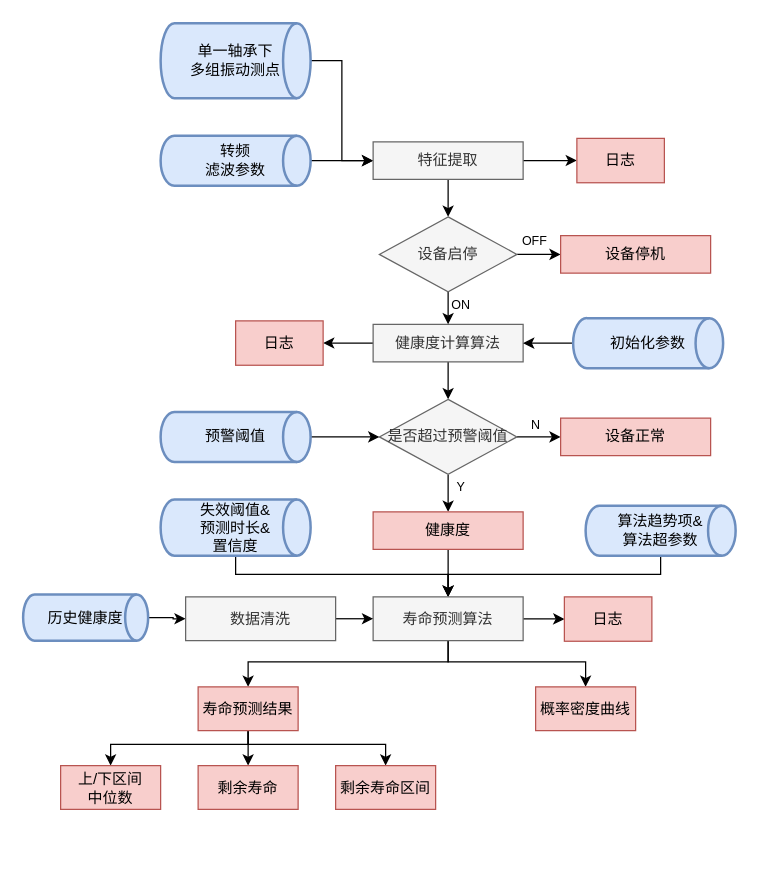
The draw.io diagram Untitled Diagram.drawio in fanpan0829/interview_python, before the edit. Source tidied: cells renumbered, new cells numbered last; positions are measured from the earlier drawing's top-left corner, leaving out a move shared by most shapes. Both pictures are drawn from the tidied source at 125%, with x=0, y=0 at pixel (22, 22).
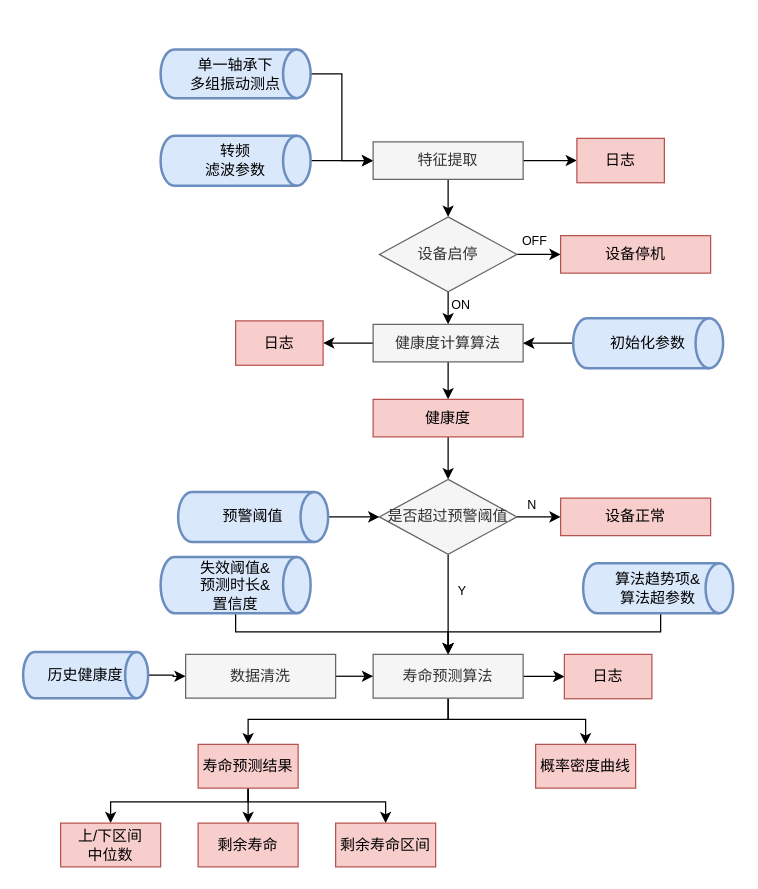
The same diagram, later.

Unchanged cells that the change refers to:
```xml
<mxCell id="11" value="健康度计算算法" style="rounded=0;whiteSpace=wrap;html=1;fillColor=#f5f5f5;strokeColor=#666666;fontColor=#333333;" parent="1" vertex="1">
  <mxGeometry x="280" y="241" width="120" height="30" as="geometry" />
</mxCell>
```

The edit, as a diff of the source:
```diff
@@
     <mxCell id="3" value="单一轴承下&lt;br&gt;多组振动测点" style="strokeWidth=2;html=1;shape=mxgraph.flowchart.direct_data;whiteSpace=wrap;fillColor=#dae8fc;strokeColor=#6c8ebf;" parent="1" vertex="1">
-      <mxGeometry x="110" width="120" height="60" as="geometry" />
+      <mxGeometry x="110" y="21" width="120" height="39" as="geometry" />
     </mxCell>
@@
-    <mxCell id="9" style="edgeStyle=orthogonalEdgeStyle;rounded=0;jettySize=auto;html=1;entryX=0.5;entryY=0;entryDx=0;entryDy=0;" parent="1" edge="1" source="11" target="16">
-      <mxGeometry relative="1" as="geometry" />
-    </mxCell>
@@
+    <mxCell id="53" style="edgeStyle=orthogonalEdgeStyle;rounded=0;jettySize=auto;html=1;entryX=0.5;entryY=0;entryDx=0;entryDy=0;" parent="1" edge="1" source="11" target="19">
+      <mxGeometry relative="1" as="geometry" />
+    </mxCell>
@@
-    <mxCell id="14" style="edgeStyle=orthogonalEdgeStyle;rounded=0;jettySize=auto;html=1;entryX=0.5;entryY=0;entryDx=0;entryDy=0;" parent="1" edge="1" source="16" target="19">
-      <mxGeometry relative="1" as="geometry" />
-    </mxCell>
@@
+    <mxCell id="54" style="edgeStyle=orthogonalEdgeStyle;rounded=0;jettySize=auto;html=1;entryX=0.5;entryY=0;entryDx=0;entryDy=0;" parent="1" edge="1" source="16" target="29">
+      <mxGeometry relative="1" as="geometry" />
+    </mxCell>
     <mxCell id="16" value="是否超过预警阈值" style="rhombus;whiteSpace=wrap;html=1;fillColor=#f5f5f5;strokeColor=#666666;fontColor=#333333;" parent="1" vertex="1">
-      <mxGeometry x="285" y="301" width="110" height="60" as="geometry" />
+      <mxGeometry x="285" y="365" width="110" height="60" as="geometry" />
     </mxCell>
     <mxCell id="17" value="设备正常" style="rounded=0;whiteSpace=wrap;html=1;fillColor=#f8cecc;strokeColor=#b85450;" parent="1" vertex="1">
-      <mxGeometry x="430" y="316" width="120" height="30" as="geometry" />
+      <mxGeometry x="430" y="380" width="120" height="30" as="geometry" />
     </mxCell>
-    <mxCell id="18" style="edgeStyle=orthogonalEdgeStyle;rounded=0;jettySize=auto;html=1;entryX=0.5;entryY=0;entryDx=0;entryDy=0;" parent="1" edge="1" source="19" target="29">
-      <mxGeometry relative="1" as="geometry" />
-    </mxCell>
+    <mxCell id="55" style="edgeStyle=orthogonalEdgeStyle;rounded=0;jettySize=auto;html=1;exitX=0.5;exitY=1;exitDx=0;exitDy=0;entryX=0.5;entryY=0;entryDx=0;entryDy=0;" parent="1" edge="1" source="19" target="16">
+      <mxGeometry relative="1" as="geometry" />
+    </mxCell>
     <mxCell id="19" value="健康度" style="rounded=0;whiteSpace=wrap;html=1;fillColor=#f8cecc;strokeColor=#b85450;" parent="1" vertex="1">
-      <mxGeometry x="280" y="391" width="120" height="30" as="geometry" />
+      <mxGeometry x="280" y="301" width="120" height="30" as="geometry" />
     </mxCell>
@@
     <mxCell id="21" value="预警阈值" style="strokeWidth=2;html=1;shape=mxgraph.flowchart.direct_data;whiteSpace=wrap;fillColor=#dae8fc;strokeColor=#6c8ebf;" parent="1" vertex="1">
-      <mxGeometry x="110" y="311" width="120" height="40" as="geometry" />
+      <mxGeometry x="124" y="375" width="120" height="40" as="geometry" />
     </mxCell>
     <mxCell id="22" style="edgeStyle=orthogonalEdgeStyle;rounded=0;jettySize=auto;html=1;entryX=0.5;entryY=0;entryDx=0;entryDy=0;" parent="1" edge="1" source="23" target="29">
       <mxGeometry relative="1" as="geometry">
         <Array as="points">
-          <mxPoint x="170" y="441" />
-          <mxPoint x="340" y="441" />
+          <mxPoint x="170" y="487" />
+          <mxPoint x="340" y="487" />
         </Array>
       </mxGeometry>
     </mxCell>
     <mxCell id="23" value="失效阈值&amp;amp;&lt;br&gt;预测时长&amp;amp;&lt;br&gt;置信度" style="strokeWidth=2;html=1;shape=mxgraph.flowchart.direct_data;whiteSpace=wrap;fillColor=#dae8fc;strokeColor=#6c8ebf;" parent="1" vertex="1">
-      <mxGeometry x="110" y="381" width="120" height="45" as="geometry" />
+      <mxGeometry x="110" y="427" width="120" height="45" as="geometry" />
     </mxCell>
     <mxCell id="24" style="edgeStyle=orthogonalEdgeStyle;rounded=0;jettySize=auto;html=1;entryX=0.5;entryY=0;entryDx=0;entryDy=0;" parent="1" edge="1" source="25" target="29">
       <mxGeometry relative="1" as="geometry">
         <Array as="points">
-          <mxPoint x="510" y="441" />
-          <mxPoint x="340" y="441" />
+          <mxPoint x="510" y="487" />
+          <mxPoint x="340" y="487" />
         </Array>
       </mxGeometry>
     </mxCell>
     <mxCell id="25" value="算法趋势项&amp;amp;&lt;br&gt;算法超参数" style="strokeWidth=2;html=1;shape=mxgraph.flowchart.direct_data;whiteSpace=wrap;fillColor=#dae8fc;strokeColor=#6c8ebf;" parent="1" vertex="1">
-      <mxGeometry x="450" y="386" width="120" height="40" as="geometry" />
+      <mxGeometry x="448" y="432" width="120" height="40" as="geometry" />
     </mxCell>
     <mxCell id="26" style="edgeStyle=orthogonalEdgeStyle;rounded=0;jettySize=auto;html=1;entryX=0.5;entryY=0;entryDx=0;entryDy=0;" parent="1" edge="1" source="29" target="33">
       <mxGeometry relative="1" as="geometry">
         <Array as="points">
-          <mxPoint x="340" y="511" />
-          <mxPoint x="180" y="511" />
+          <mxPoint x="340" y="557" />
+          <mxPoint x="180" y="557" />
         </Array>
       </mxGeometry>
     </mxCell>
     <mxCell id="27" style="edgeStyle=orthogonalEdgeStyle;rounded=0;jettySize=auto;html=1;entryX=0.5;entryY=0;entryDx=0;entryDy=0;" parent="1" edge="1" source="29" target="37">
       <mxGeometry relative="1" as="geometry">
         <Array as="points">
-          <mxPoint x="340" y="511" />
-          <mxPoint x="450" y="511" />
+          <mxPoint x="340" y="557" />
+          <mxPoint x="450" y="557" />
         </Array>
       </mxGeometry>
     </mxCell>
@@
     <mxCell id="29" value="寿命预测算法" style="rounded=0;whiteSpace=wrap;html=1;fillColor=#f5f5f5;strokeColor=#666666;fontColor=#333333;" parent="1" vertex="1">
-      <mxGeometry x="280" y="459" width="120" height="35" as="geometry" />
+      <mxGeometry x="280" y="505" width="120" height="35" as="geometry" />
     </mxCell>
@@
     <mxCell id="31" style="edgeStyle=orthogonalEdgeStyle;rounded=0;jettySize=auto;html=1;entryX=0.5;entryY=0;entryDx=0;entryDy=0;" parent="1" edge="1" source="33" target="34">
       <mxGeometry relative="1" as="geometry">
         <Array as="points">
-          <mxPoint x="180" y="577" />
-          <mxPoint x="70" y="577" />
+          <mxPoint x="180" y="623" />
+          <mxPoint x="70" y="623" />
         </Array>
       </mxGeometry>
     </mxCell>
     <mxCell id="32" style="edgeStyle=orthogonalEdgeStyle;rounded=0;jettySize=auto;html=1;entryX=0.5;entryY=0;entryDx=0;entryDy=0;" parent="1" edge="1" source="33" target="36">
       <mxGeometry relative="1" as="geometry">
         <Array as="points">
-          <mxPoint x="180" y="577" />
-          <mxPoint x="290" y="577" />
+          <mxPoint x="180" y="623" />
+          <mxPoint x="290" y="623" />
         </Array>
       </mxGeometry>
     </mxCell>
     <mxCell id="33" value="寿命预测结果" style="rounded=0;whiteSpace=wrap;html=1;fillColor=#f8cecc;strokeColor=#b85450;" parent="1" vertex="1">
-      <mxGeometry x="140" y="531" width="80" height="35" as="geometry" />
+      <mxGeometry x="140" y="577" width="80" height="35" as="geometry" />
     </mxCell>
     <mxCell id="34" value="上/下区间&lt;br&gt;中位数" style="rounded=0;whiteSpace=wrap;html=1;fillColor=#f8cecc;strokeColor=#b85450;" parent="1" vertex="1">
-      <mxGeometry x="30" y="594" width="80" height="35" as="geometry" />
+      <mxGeometry x="30" y="640" width="80" height="35" as="geometry" />
     </mxCell>
     <mxCell id="35" value="剩余寿命" style="rounded=0;whiteSpace=wrap;html=1;fillColor=#f8cecc;strokeColor=#b85450;" parent="1" vertex="1">
-      <mxGeometry x="140" y="594" width="80" height="35" as="geometry" />
+      <mxGeometry x="140" y="640" width="80" height="35" as="geometry" />
     </mxCell>
     <mxCell id="36" value="剩余寿命区间" style="rounded=0;whiteSpace=wrap;html=1;fillColor=#f8cecc;strokeColor=#b85450;" parent="1" vertex="1">
-      <mxGeometry x="250" y="594" width="80" height="35" as="geometry" />
+      <mxGeometry x="250" y="640" width="80" height="35" as="geometry" />
     </mxCell>
     <mxCell id="37" value="概率密度曲线" style="rounded=0;whiteSpace=wrap;html=1;fillColor=#f8cecc;strokeColor=#b85450;" parent="1" vertex="1">
-      <mxGeometry x="410" y="531" width="80" height="35" as="geometry" />
+      <mxGeometry x="410" y="577" width="80" height="35" as="geometry" />
     </mxCell>
     <mxCell id="38" value="N" style="text;html=1;align=center;verticalAlign=middle;strokeColor=none;fontSize=10;" parent="1" vertex="1">
-      <mxGeometry x="400" y="311" width="20" height="20" as="geometry" />
+      <mxGeometry x="397" y="375" width="20" height="20" as="geometry" />
     </mxCell>
     <mxCell id="39" value="Y" style="text;html=1;align=center;verticalAlign=middle;strokeColor=none;fontSize=10;" parent="1" vertex="1">
-      <mxGeometry x="340" y="361" width="20" height="20" as="geometry" />
+      <mxGeometry x="341" y="444" width="20" height="20" as="geometry" />
     </mxCell>
@@
     <mxCell id="41" value="历史健康度" style="strokeWidth=2;html=1;shape=mxgraph.flowchart.direct_data;whiteSpace=wrap;fillColor=#dae8fc;strokeColor=#6c8ebf;" parent="1" vertex="1">
-      <mxGeometry y="457" width="100" height="37" as="geometry" />
+      <mxGeometry y="503" width="100" height="37" as="geometry" />
     </mxCell>
@@
     <mxCell id="47" value="数据清洗" style="rounded=0;whiteSpace=wrap;html=1;fillColor=#f5f5f5;strokeColor=#666666;fontColor=#333333;" parent="1" vertex="1">
-      <mxGeometry x="130" y="459" width="120" height="35" as="geometry" />
+      <mxGeometry x="130" y="505" width="120" height="35" as="geometry" />
     </mxCell>
@@
     <mxCell id="50" value="日志" style="whiteSpace=wrap;html=1;rounded=0;strokeColor=#b85450;fillColor=#f8cecc;" parent="1" vertex="1">
-      <mxGeometry x="433" y="459" width="70" height="35.5" as="geometry" />
+      <mxGeometry x="433" y="505" width="70" height="35.5" as="geometry" />
     </mxCell>
```
